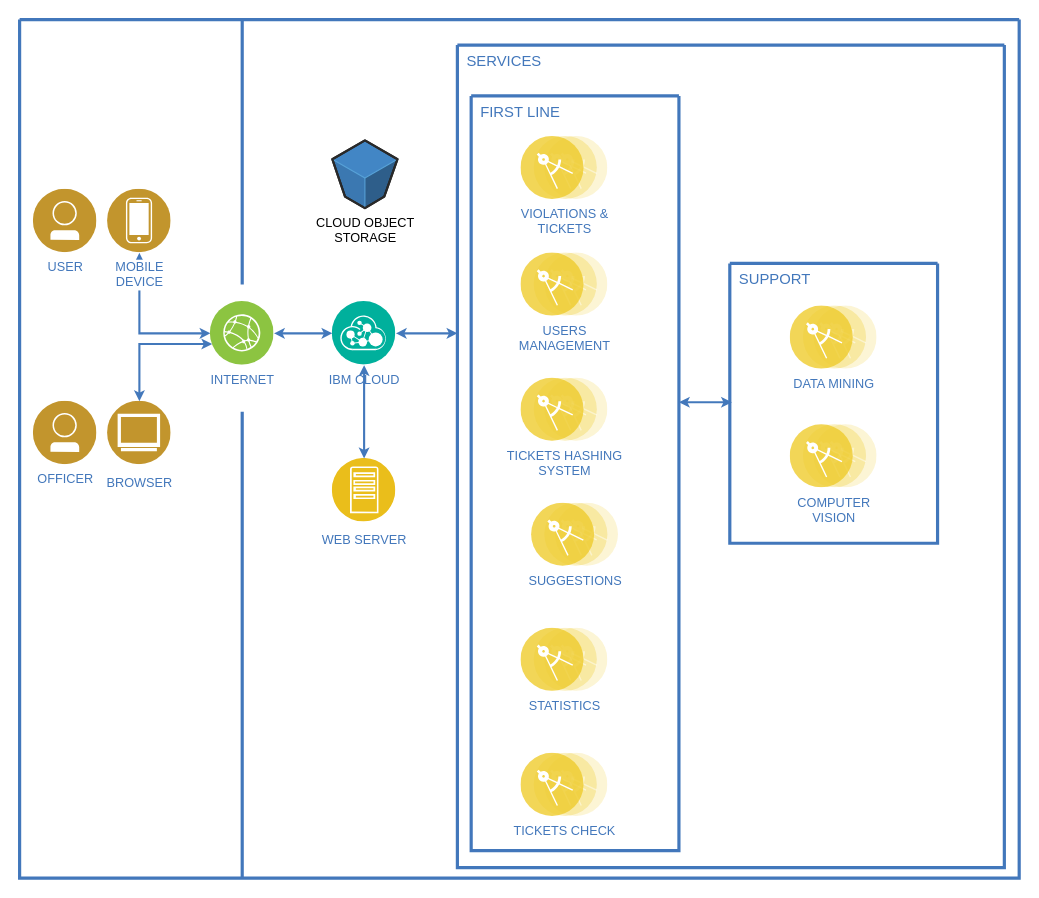
Above: DD/materials/HighLevelArchitecture.drawio in GiorgioUghini/SafeStreets (draw.io), before the change. Source tidied: cells renumbered, new cells numbered last; positions are measured from the earlier drawing's top-left corner, leaving out a move shared by most shapes. Both pictures are drawn from the tidied source at 106%, with x=0, y=0 at pixel (19, 19). Pictures stored in the file or linked from it are replaced by grey dashed boxes.
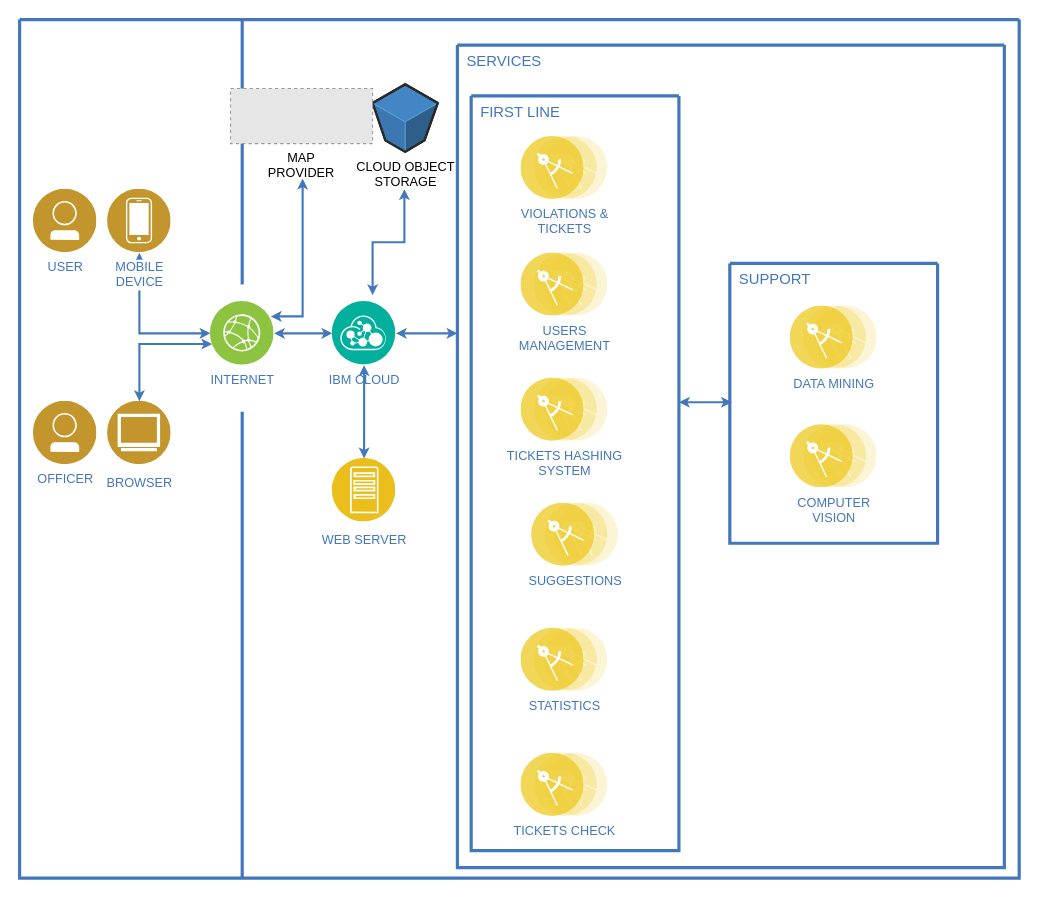
After the change.

The change refers to these unchanged cells:
```xml
<mxCell id="2" style="swimlane;shadow=0;strokeColor=#4277BB;fillColor=#ffffff;fontColor=#4277BB;align=right;startSize=0;strokeWidth=3;" parent="1" vertex="1">
  <mxGeometry width="943" height="810" as="geometry" />
</mxCell>
```

Diff of the diagram source:
```diff
@@
     <mxCell id="32" value="CLOUD OBJECT&lt;br&gt;STORAGE" style="verticalLabelPosition=bottom;html=1;verticalAlign=top;strokeWidth=1;align=center;dashed=0;shape=mxgraph.aws3d.s3Bucket;fillColor=#4286c5;strokeColor=#57A2D8;" parent="2" vertex="1">
-      <mxGeometry x="295" y="114" width="61.5" height="63.8" as="geometry" />
+      <mxGeometry x="333" y="61" width="61.5" height="63.8" as="geometry" />
     </mxCell>
+    <mxCell id="33" value="MAP&#10;PROVIDER" style="fillColor=#E6E6E6;strokeColor=#999999;dashed=1;verticalLabelPosition=bottom;labelBackgroundColor=#ffffff;verticalAlign=top;" parent="2" vertex="1">
+      <mxGeometry x="199" y="65" width="134" height="52" as="geometry" />
+    </mxCell>
+    <mxCell id="34" style="edgeStyle=elbowEdgeStyle;rounded=0;html=1;labelBackgroundColor=#ffffff;startArrow=classic;startFill=1;startSize=4;endArrow=classic;endFill=1;endSize=4;jettySize=auto;orthogonalLoop=1;strokeColor=#4378BB;strokeWidth=2;fontSize=19;fontColor=#CC99FF;elbow=vertical;" parent="2" edge="1">
+      <mxGeometry relative="1" as="geometry">
+        <mxPoint x="333" y="260" as="sourcePoint" />
+        <mxPoint x="363" y="160" as="targetPoint" />
+        <Array as="points">
+          <mxPoint x="353" y="210" />
+        </Array>
+      </mxGeometry>
+    </mxCell>
+    <mxCell id="35" style="edgeStyle=orthogonalEdgeStyle;rounded=0;html=1;labelBackgroundColor=#ffffff;startArrow=classic;startFill=1;startSize=4;endArrow=classic;endFill=1;endSize=4;jettySize=auto;orthogonalLoop=1;strokeColor=#4378BB;strokeWidth=2;fontSize=19;fontColor=#CC99FF;elbow=vertical;" parent="2" edge="1">
+      <mxGeometry relative="1" as="geometry">
+        <mxPoint x="237" y="280" as="sourcePoint" />
+        <mxPoint x="267" y="150" as="targetPoint" />
+        <Array as="points">
+          <mxPoint x="267" y="280" />
+        </Array>
+      </mxGeometry>
+    </mxCell>
```
